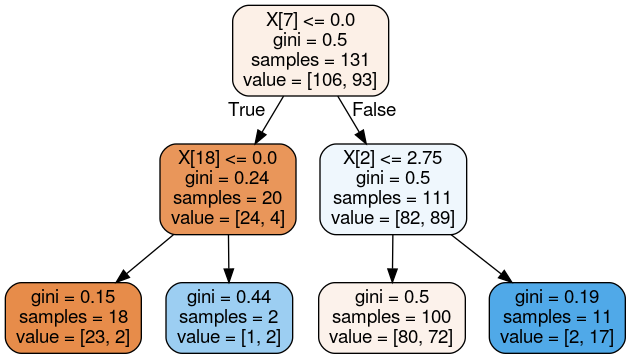
Above: crash_emulator/tree.png in benmsanderson/CNRMppe (Graphviz), before the change. Its source is kept beside it as crash_emulator/tree.dot.
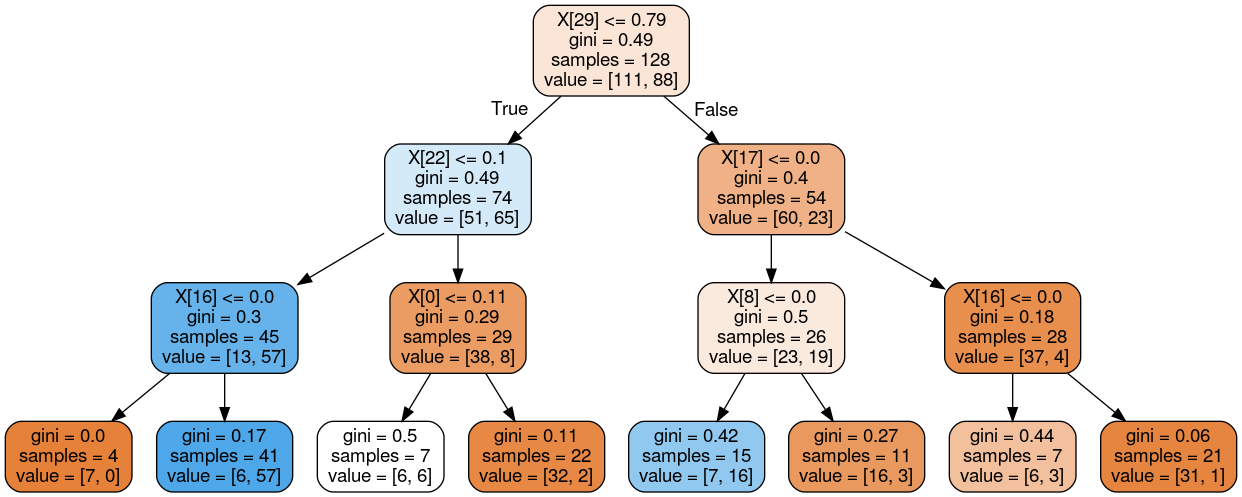
The same diagram one commit later.

Change to the diagram source:
```diff
@@ -1,17 +1,33 @@
 digraph Tree {
 node [shape=box, style="filled, rounded", color="black", fontname=helvetica] ;
 edge [fontname=helvetica] ;
-0 [label="X[7] <= 0.0\ngini = 0.5\nsamples = 131\nvalue = [106, 93]", fillcolor="#fcf0e7"] ;
-1 [label="X[18] <= 0.0\ngini = 0.24\nsamples = 20\nvalue = [24, 4]", fillcolor="#e9965a"] ;
+0 [label="X[29] <= 0.79\ngini = 0.49\nsamples = 128\nvalue = [111, 88]", fillcolor="#fae5d6"] ;
+1 [label="X[22] <= 0.1\ngini = 0.49\nsamples = 74\nvalue = [51, 65]", fillcolor="#d4eaf9"] ;
 0 -> 1 [labeldistance=2.5, labelangle=45, headlabel="True"] ;
-2 [label="gini = 0.15\nsamples = 18\nvalue = [23, 2]", fillcolor="#e78c4a"] ;
+2 [label="X[16] <= 0.0\ngini = 0.3\nsamples = 45\nvalue = [13, 57]", fillcolor="#66b3eb"] ;
 1 -> 2 ;
-3 [label="gini = 0.44\nsamples = 2\nvalue = [1, 2]", fillcolor="#9ccef2"] ;
-1 -> 3 ;
-4 [label="X[2] <= 2.75\ngini = 0.5\nsamples = 111\nvalue = [82, 89]", fillcolor="#eff7fd"] ;
-0 -> 4 [labeldistance=2.5, labelangle=-45, headlabel="False"] ;
-5 [label="gini = 0.5\nsamples = 100\nvalue = [80, 72]", fillcolor="#fcf2eb"] ;
-4 -> 5 ;
-6 [label="gini = 0.19\nsamples = 11\nvalue = [2, 17]", fillcolor="#50a9e8"] ;
-4 -> 6 ;
+3 [label="gini = 0.0\nsamples = 4\nvalue = [7, 0]", fillcolor="#e58139"] ;
+2 -> 3 ;
+4 [label="gini = 0.17\nsamples = 41\nvalue = [6, 57]", fillcolor="#4ea7e8"] ;
+2 -> 4 ;
+5 [label="X[0] <= 0.11\ngini = 0.29\nsamples = 29\nvalue = [38, 8]", fillcolor="#ea9c63"] ;
+1 -> 5 ;
+6 [label="gini = 0.5\nsamples = 7\nvalue = [6, 6]", fillcolor="#ffffff"] ;
+5 -> 6 ;
+7 [label="gini = 0.11\nsamples = 22\nvalue = [32, 2]", fillcolor="#e78945"] ;
+5 -> 7 ;
+8 [label="X[17] <= 0.0\ngini = 0.4\nsamples = 54\nvalue = [60, 23]", fillcolor="#efb185"] ;
+0 -> 8 [labeldistance=2.5, labelangle=-45, headlabel="False"] ;
+9 [label="X[8] <= 0.0\ngini = 0.5\nsamples = 26\nvalue = [23, 19]", fillcolor="#fae9dd"] ;
+8 -> 9 ;
+10 [label="gini = 0.42\nsamples = 15\nvalue = [7, 16]", fillcolor="#90c8f0"] ;
+9 -> 10 ;
+11 [label="gini = 0.27\nsamples = 11\nvalue = [16, 3]", fillcolor="#ea995e"] ;
+9 -> 11 ;
+12 [label="X[16] <= 0.0\ngini = 0.18\nsamples = 28\nvalue = [37, 4]", fillcolor="#e88f4e"] ;
+8 -> 12 ;
+13 [label="gini = 0.44\nsamples = 7\nvalue = [6, 3]", fillcolor="#f2c09c"] ;
+12 -> 13 ;
+14 [label="gini = 0.06\nsamples = 21\nvalue = [31, 1]", fillcolor="#e6853f"] ;
+12 -> 14 ;
 }
```
